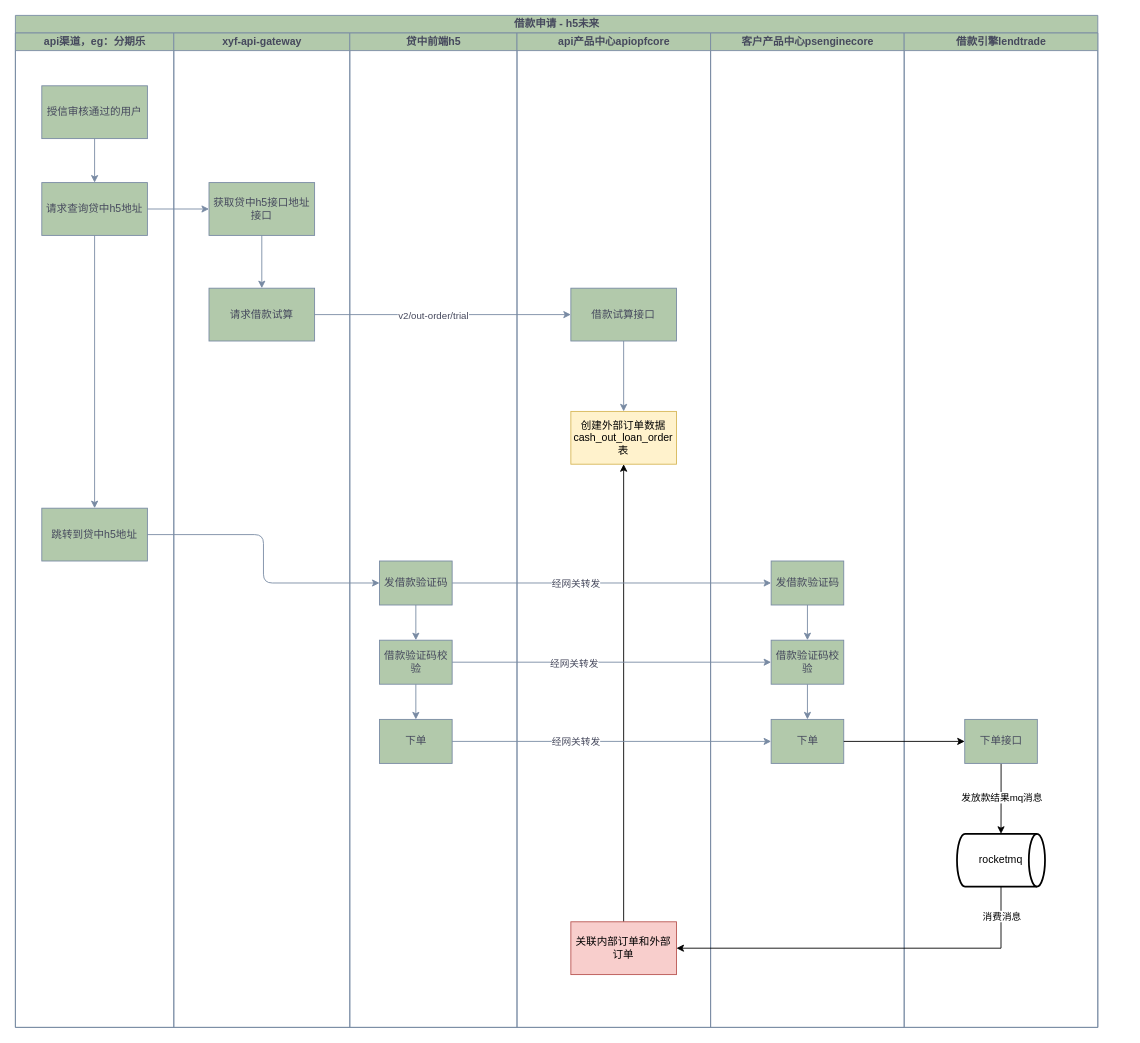
Above: api贷中-h5下单未来.drawio in yuanlj-tea/picgo (draw.io), before the change. Source tidied: cells renumbered, new cells numbered last; positions are measured from the earlier drawing's top-left corner, leaving out a move shared by most shapes. Both pictures are drawn from the tidied source at 88%, with x=0, y=0 at pixel (15, 15).
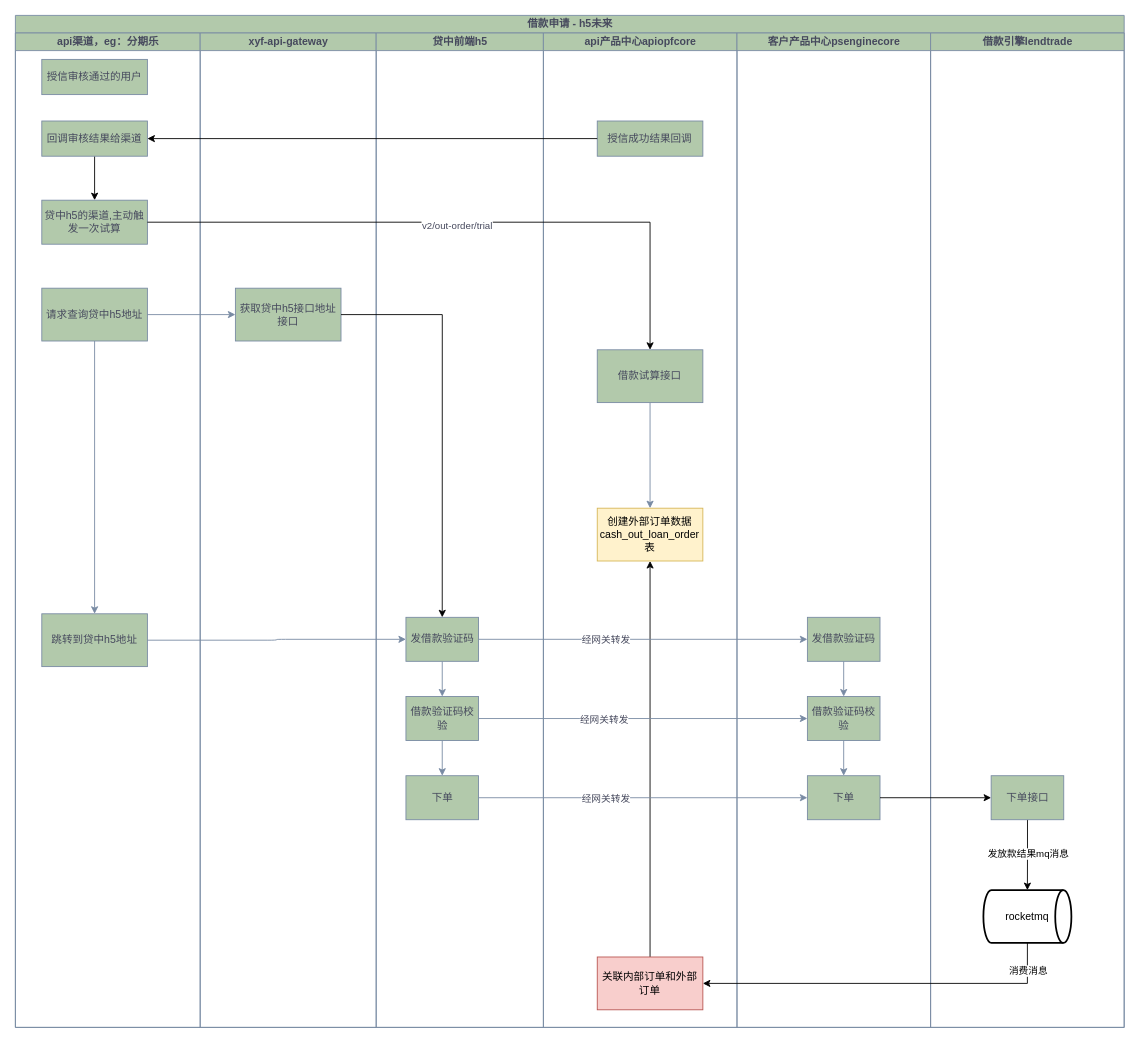
After the change.

Commit message:
更新api贷中-h5下单未来.drawio

Change to the diagram source:
```diff
@@
     <mxCell id="2" value="借款申请 - h5未来" style="swimlane;startSize=20;html=1;labelBackgroundColor=none;fillColor=#B2C9AB;strokeColor=#788AA3;fontColor=#46495D;" parent="1" vertex="1">
-      <mxGeometry width="1230" height="1150" as="geometry" />
+      <mxGeometry width="1260" height="1150" as="geometry" />
     </mxCell>
     <mxCell id="3" value="api渠道，eg：分期乐" style="swimlane;startSize=20;html=1;labelBackgroundColor=none;fillColor=#B2C9AB;strokeColor=#788AA3;fontColor=#46495D;" parent="2" vertex="1">
-      <mxGeometry y="20" width="180" height="1130" as="geometry" />
+      <mxGeometry y="20" width="210" height="1130" as="geometry" />
     </mxCell>
-    <mxCell id="4" style="edgeStyle=orthogonalEdgeStyle;rounded=0;jettySize=auto;html=1;strokeColor=#788AA3;fontColor=#46495D;fillColor=#B2C9AB;" parent="3" edge="1" source="5" target="7">
-      <mxGeometry relative="1" as="geometry" />
-    </mxCell>
     <mxCell id="5" value="授信审核通过的用户" style="rounded=0;whiteSpace=wrap;html=1;strokeColor=#788AA3;fontColor=#46495D;fillColor=#B2C9AB;" parent="3" vertex="1">
-      <mxGeometry x="30" y="60" width="120" height="60" as="geometry" />
+      <mxGeometry x="30" y="30" width="120" height="40" as="geometry" />
     </mxCell>
@@
     <mxCell id="7" value="请求查询贷中h5地址" style="rounded=0;whiteSpace=wrap;html=1;strokeColor=#788AA3;fontColor=#46495D;fillColor=#B2C9AB;" parent="3" vertex="1">
-      <mxGeometry x="30" y="170" width="120" height="60" as="geometry" />
+      <mxGeometry x="30" y="290" width="120" height="60" as="geometry" />
     </mxCell>
     <mxCell id="8" value="跳转到贷中h5地址" style="rounded=0;whiteSpace=wrap;html=1;strokeColor=#788AA3;fontColor=#46495D;fillColor=#B2C9AB;" parent="3" vertex="1">
-      <mxGeometry x="30" y="540" width="120" height="60" as="geometry" />
+      <mxGeometry x="30" y="660" width="120" height="60" as="geometry" />
     </mxCell>
+    <mxCell id="50" style="edgeStyle=orthogonalEdgeStyle;rounded=0;jettySize=auto;html=1;" parent="3" edge="1" source="51" target="52">
+      <mxGeometry relative="1" as="geometry" />
+    </mxCell>
+    <mxCell id="51" value="回调审核结果给渠道" style="rounded=0;whiteSpace=wrap;html=1;strokeColor=#788AA3;fontColor=#46495D;fillColor=#B2C9AB;" parent="3" vertex="1">
+      <mxGeometry x="30" y="100" width="120" height="40" as="geometry" />
+    </mxCell>
+    <mxCell id="52" value="贷中h5的渠道,主动触发一次试算" style="rounded=0;whiteSpace=wrap;html=1;strokeColor=#788AA3;fontColor=#46495D;fillColor=#B2C9AB;" parent="3" vertex="1">
+      <mxGeometry x="30" y="190" width="120" height="50" as="geometry" />
+    </mxCell>
     <mxCell id="9" value="xyf-api-gateway" style="swimlane;startSize=20;html=1;labelBackgroundColor=none;fillColor=#B2C9AB;strokeColor=#788AA3;fontColor=#46495D;" parent="2" vertex="1">
-      <mxGeometry x="180" y="20" width="200" height="1130" as="geometry" />
+      <mxGeometry x="210" y="20" width="200" height="1130" as="geometry" />
     </mxCell>
-    <mxCell id="10" style="edgeStyle=orthogonalEdgeStyle;curved=0;rounded=1;jettySize=auto;html=1;strokeColor=#788AA3;align=center;verticalAlign=middle;fontFamily=Helvetica;fontSize=11;fontColor=#46495D;labelBackgroundColor=default;endArrow=classic;fillColor=#B2C9AB;" parent="9" edge="1" source="11" target="12">
-      <mxGeometry relative="1" as="geometry" />
-    </mxCell>
     <mxCell id="11" value="获取贷中h5接口地址接口" style="rounded=0;whiteSpace=wrap;html=1;strokeColor=#788AA3;fontColor=#46495D;fillColor=#B2C9AB;" parent="9" vertex="1">
-      <mxGeometry x="40" y="170" width="120" height="60" as="geometry" />
+      <mxGeometry x="40" y="290" width="120" height="60" as="geometry" />
     </mxCell>
-    <mxCell id="12" value="请求借款试算" style="rounded=0;whiteSpace=wrap;html=1;strokeColor=#788AA3;fontColor=#46495D;fillColor=#B2C9AB;" parent="9" vertex="1">
-      <mxGeometry x="40" y="290" width="120" height="60" as="geometry" />
-    </mxCell>
     <mxCell id="13" value="贷中前端h5" style="swimlane;startSize=20;html=1;labelBackgroundColor=none;fillColor=#B2C9AB;strokeColor=#788AA3;fontColor=#46495D;" parent="2" vertex="1">
-      <mxGeometry x="380" y="20" width="190" height="1130" as="geometry" />
+      <mxGeometry x="410" y="20" width="190" height="1130" as="geometry" />
     </mxCell>
@@
     <mxCell id="15" value="发借款验证码" style="rounded=0;whiteSpace=wrap;html=1;strokeColor=#788AA3;fontColor=#46495D;fillColor=#B2C9AB;" parent="13" vertex="1">
-      <mxGeometry x="33.8" y="600" width="82.5" height="50" as="geometry" />
+      <mxGeometry x="33.8" y="664" width="82.5" height="50" as="geometry" />
     </mxCell>
@@
     <mxCell id="17" value="借款验证码校验" style="rounded=0;whiteSpace=wrap;html=1;strokeColor=#788AA3;fontColor=#46495D;fillColor=#B2C9AB;" parent="13" vertex="1">
-      <mxGeometry x="33.8" y="690" width="82.5" height="50" as="geometry" />
+      <mxGeometry x="33.8" y="754" width="82.5" height="50" as="geometry" />
     </mxCell>
     <mxCell id="18" value="下单" style="rounded=0;whiteSpace=wrap;html=1;strokeColor=#788AA3;fontColor=#46495D;fillColor=#B2C9AB;" parent="13" vertex="1">
-      <mxGeometry x="33.8" y="780" width="82.5" height="50" as="geometry" />
+      <mxGeometry x="33.8" y="844" width="82.5" height="50" as="geometry" />
     </mxCell>
     <mxCell id="19" value="api产品中心apiopfcore" style="swimlane;startSize=20;html=1;labelBackgroundColor=none;fillColor=#B2C9AB;strokeColor=#788AA3;fontColor=#46495D;" parent="2" vertex="1">
-      <mxGeometry x="570" y="20" width="220" height="1130" as="geometry" />
+      <mxGeometry x="600" y="20" width="220" height="1130" as="geometry" />
     </mxCell>
@@
     <mxCell id="21" value="借款试算接口" style="rounded=0;whiteSpace=wrap;html=1;strokeColor=#788AA3;fontColor=#46495D;fillColor=#B2C9AB;" parent="19" vertex="1">
-      <mxGeometry x="61.2" y="290" width="120" height="60" as="geometry" />
+      <mxGeometry x="61.2" y="360" width="120" height="60" as="geometry" />
     </mxCell>
     <mxCell id="22" value="创建外部订单数据&lt;div&gt;cash_out_loan_order表&lt;/div&gt;" style="rounded=0;whiteSpace=wrap;html=1;strokeColor=#d6b656;fillColor=#fff2cc;" parent="19" vertex="1">
-      <mxGeometry x="61.2" y="430" width="120" height="60" as="geometry" />
+      <mxGeometry x="61.2" y="540" width="120" height="60" as="geometry" />
     </mxCell>
@@
     <mxCell id="24" value="关联内部订单和外部订单" style="rounded=0;whiteSpace=wrap;html=1;strokeColor=#b85450;fillColor=#f8cecc;" parent="19" vertex="1">
-      <mxGeometry x="61.2" y="1010" width="120" height="60" as="geometry" />
+      <mxGeometry x="61.2" y="1050" width="120" height="60" as="geometry" />
     </mxCell>
+    <mxCell id="53" value="授信成功结果回调" style="rounded=0;whiteSpace=wrap;html=1;strokeColor=#788AA3;fontColor=#46495D;fillColor=#B2C9AB;" parent="19" vertex="1">
+      <mxGeometry x="61.2" y="100" width="120" height="40" as="geometry" />
+    </mxCell>
     <mxCell id="25" value="客户产品中心psenginecore" style="swimlane;startSize=20;html=1;labelBackgroundColor=none;fillColor=#B2C9AB;strokeColor=#788AA3;fontColor=#46495D;" parent="2" vertex="1">
-      <mxGeometry x="790" y="20" width="220" height="1130" as="geometry" />
+      <mxGeometry x="820" y="20" width="220" height="1130" as="geometry" />
     </mxCell>
@@
     <mxCell id="27" value="发借款验证码" style="rounded=0;whiteSpace=wrap;html=1;strokeColor=#788AA3;fontColor=#46495D;fillColor=#B2C9AB;" parent="25" vertex="1">
-      <mxGeometry x="68.8" y="600" width="82.5" height="50" as="geometry" />
+      <mxGeometry x="80" y="664" width="82.5" height="50" as="geometry" />
     </mxCell>
@@
     <mxCell id="29" value="借款验证码校验" style="rounded=0;whiteSpace=wrap;html=1;strokeColor=#788AA3;fontColor=#46495D;fillColor=#B2C9AB;" parent="25" vertex="1">
-      <mxGeometry x="68.8" y="690" width="82.5" height="50" as="geometry" />
+      <mxGeometry x="80" y="754" width="82.5" height="50" as="geometry" />
     </mxCell>
     <mxCell id="30" value="下单" style="rounded=0;whiteSpace=wrap;html=1;strokeColor=#788AA3;fontColor=#46495D;fillColor=#B2C9AB;" parent="25" vertex="1">
-      <mxGeometry x="68.8" y="780" width="82.5" height="50" as="geometry" />
+      <mxGeometry x="80" y="844" width="82.5" height="50" as="geometry" />
     </mxCell>
     <mxCell id="31" value="借款引擎lendtrade" style="swimlane;startSize=20;html=1;labelBackgroundColor=none;fillColor=#B2C9AB;strokeColor=#788AA3;fontColor=#46495D;" parent="2" vertex="1">
-      <mxGeometry x="1010" y="20" width="220" height="1130" as="geometry" />
+      <mxGeometry x="1040" y="20" width="220" height="1130" as="geometry" />
     </mxCell>
@@
     <mxCell id="34" value="下单接口" style="rounded=0;whiteSpace=wrap;html=1;strokeColor=#788AA3;fontColor=#46495D;fillColor=#B2C9AB;" parent="31" vertex="1">
-      <mxGeometry x="68.8" y="780" width="82.5" height="50" as="geometry" />
+      <mxGeometry x="68.8" y="844" width="82.5" height="50" as="geometry" />
     </mxCell>
     <mxCell id="35" value="rocketmq" style="strokeWidth=2;html=1;shape=mxgraph.flowchart.direct_data;whiteSpace=wrap;" parent="31" vertex="1">
-      <mxGeometry x="60" y="910" width="100" height="60" as="geometry" />
+      <mxGeometry x="60" y="974" width="100" height="60" as="geometry" />
     </mxCell>
@@
-    <mxCell id="45" style="edgeStyle=orthogonalEdgeStyle;curved=0;rounded=1;jettySize=auto;html=1;strokeColor=#788AA3;align=center;verticalAlign=middle;fontFamily=Helvetica;fontSize=11;fontColor=#46495D;labelBackgroundColor=default;endArrow=classic;fillColor=#B2C9AB;" parent="2" edge="1" source="12" target="21">
-      <mxGeometry relative="1" as="geometry" />
-    </mxCell>
-    <mxCell id="46" value="v2/out-order/trial" style="edgeLabel;html=1;align=center;verticalAlign=middle;strokeColor=#788AA3;fontFamily=Helvetica;fontSize=11;fontColor=#46495D;labelBackgroundColor=default;fillColor=#B2C9AB;" parent="45" vertex="1">
-      <mxGeometry x="-0.08" relative="1" as="geometry" />
-    </mxCell>
@@
     <mxCell id="48" style="edgeStyle=orthogonalEdgeStyle;rounded=0;jettySize=auto;html=1;entryX=1;entryY=0.5;entryDx=0;entryDy=0;" parent="2" edge="1" source="35" target="24">
       <mxGeometry relative="1" as="geometry">
         <Array as="points">
-          <mxPoint x="1120" y="1060" />
+          <mxPoint x="1150" y="1100" />
         </Array>
       </mxGeometry>
     </mxCell>
@@
+    <mxCell id="54" style="edgeStyle=orthogonalEdgeStyle;rounded=1;jettySize=auto;html=1;curved=0;" parent="2" edge="1" source="53" target="51">
+      <mxGeometry relative="1" as="geometry" />
+    </mxCell>
+    <mxCell id="55" style="edgeStyle=orthogonalEdgeStyle;rounded=0;jettySize=auto;html=1;entryX=0.5;entryY=0;entryDx=0;entryDy=0;" parent="2" edge="1" source="52" target="21">
+      <mxGeometry relative="1" as="geometry" />
+    </mxCell>
+    <mxCell id="46" value="&lt;span style=&quot;color: rgb(70, 73, 93);&quot;&gt;v2/out-order/trial&lt;/span&gt;" style="edgeLabel;html=1;align=center;verticalAlign=middle;" parent="55" vertex="1">
+      <mxGeometry x="-0.02" y="-3" relative="1" as="geometry" />
+    </mxCell>
+    <mxCell id="56" style="edgeStyle=orthogonalEdgeStyle;rounded=0;jettySize=auto;html=1;entryX=0.5;entryY=0;entryDx=0;entryDy=0;" parent="2" edge="1" source="11" target="15">
+      <mxGeometry relative="1" as="geometry" />
+    </mxCell>
```
